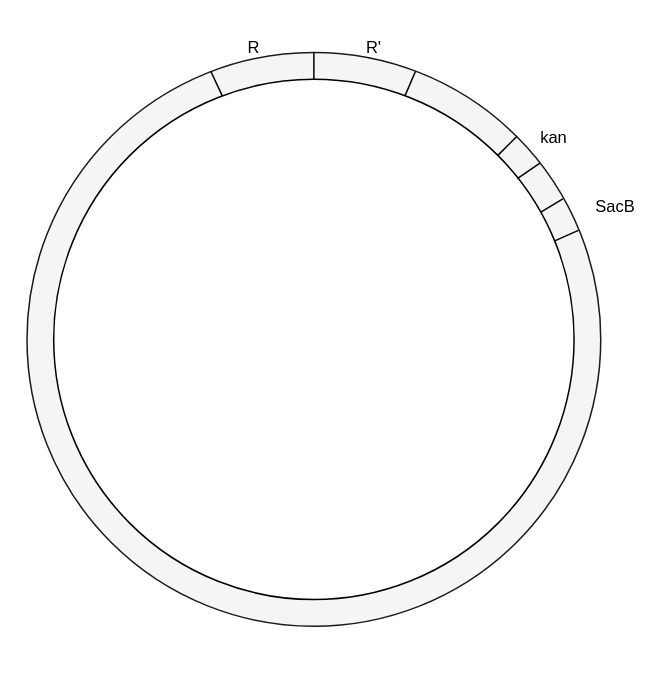
This is folder/未命名绘图.drawio from w1718/draw, a draw.io file, before an edit. Source tidied: cells renumbered, new cells numbered last; positions are measured from the earlier drawing's top-left corner, leaving out a move shared by most shapes. Both pictures are drawn from the tidied source at 150%, with x=0, y=0 at pixel (27, 26).
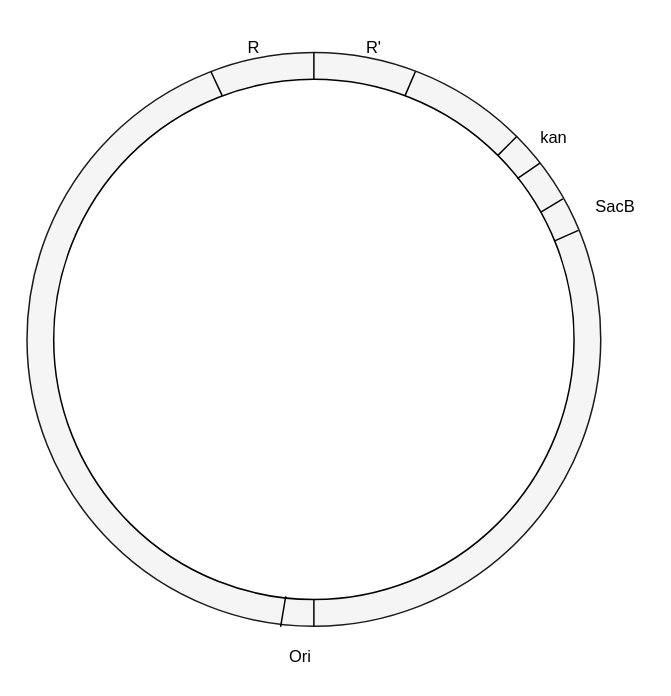
Above is the later version.

Commit message:
更新未命名绘图.drawio

Change to the diagram source:
```diff
@@
 <mxGraphModel>
   <root>
     <mxCell id="0" />
     <mxCell id="1" parent="0" />
     <mxCell id="2" style="ellipse;whiteSpace=wrap;html=1;fillColor=#f5f5f5;strokeColor=#1A1A1A;fontColor=#333333;fillStyle=auto;direction=south;" parent="1" vertex="1">
       <mxGeometry x="-0.5" y="17.5" width="382.5" height="382.5" as="geometry" />
     </mxCell>
     <mxCell id="3" style="ellipse;whiteSpace=wrap;html=1;direction=south;" parent="1" vertex="1">
       <mxGeometry x="17.3" y="35.3" width="346.9" height="346.9" as="geometry" />
     </mxCell>
     <mxCell id="4" style="endArrow=none;html=1;rounded=0;fontColor=#FFCCFF;entryX=0;entryY=0.5;entryDx=0;entryDy=0;" parent="1" edge="1" source="2" target="3">
       <mxGeometry relative="1" as="geometry" />
     </mxCell>
     <mxCell id="5" style="endArrow=none;html=1;rounded=0;fontColor=#FFCCFF;entryX=0.032;entryY=0.325;entryDx=0;entryDy=0;entryPerimeter=0;exitX=0.033;exitY=0.323;exitDx=0;exitDy=0;exitPerimeter=0;" parent="1" edge="1" source="2" target="3">
       <mxGeometry relative="1" as="geometry" />
     </mxCell>
     <mxCell id="6" style="endArrow=none;html=1;rounded=0;fontColor=#FFCCFF;exitX=0.032;exitY=0.676;exitDx=0;exitDy=0;exitPerimeter=0;" parent="1" edge="1" source="3">
       <mxGeometry relative="1" as="geometry">
         <mxPoint x="122" y="30" as="targetPoint" />
       </mxGeometry>
     </mxCell>
     <mxCell id="7" value="&lt;font style=&quot;font-size: 11px;&quot; color=&quot;#000000&quot;&gt;R&lt;/font&gt;" style="text;html=1;strokeColor=none;fillColor=none;align=center;verticalAlign=middle;whiteSpace=wrap;rounded=0;fillStyle=auto;fontColor=#FFCCFF;" parent="1" vertex="1">
       <mxGeometry x="122" width="58" height="28" as="geometry" />
     </mxCell>
     <mxCell id="8" value="&lt;font style=&quot;font-size: 11px;&quot; color=&quot;#000000&quot;&gt;R'&lt;/font&gt;" style="text;html=1;strokeColor=none;fillColor=none;align=center;verticalAlign=middle;whiteSpace=wrap;rounded=0;fillStyle=auto;fontColor=#FFCCFF;" parent="1" vertex="1">
       <mxGeometry x="202" width="58" height="28" as="geometry" />
     </mxCell>
     <mxCell id="9" style="endArrow=none;html=1;rounded=0;fontColor=#FFCCFF;exitX=0.255;exitY=0.066;exitDx=0;exitDy=0;exitPerimeter=0;" parent="1" edge="1" source="2" target="3">
       <mxGeometry relative="1" as="geometry" />
     </mxCell>
     <mxCell id="10" style="endArrow=none;html=1;rounded=0;fontColor=#FFCCFF;exitX=0.31;exitY=0.039;exitDx=0;exitDy=0;exitPerimeter=0;" parent="1" edge="1" source="2" target="3">
       <mxGeometry relative="1" as="geometry" />
     </mxCell>
     <mxCell id="11" style="endArrow=none;html=1;rounded=0;fontColor=#FFCCFF;exitX=0;exitY=0;exitDx=0;exitDy=0;entryX=0;entryY=0;entryDx=0;entryDy=0;" parent="1" edge="1" source="2" target="3">
       <mxGeometry relative="1" as="geometry" />
     </mxCell>
     <mxCell id="12" style="endArrow=none;html=1;rounded=0;fontColor=#FFCCFF;exitX=0.193;exitY=0.106;exitDx=0;exitDy=0;entryX=0.191;entryY=0.109;entryDx=0;entryDy=0;exitPerimeter=0;entryPerimeter=0;" parent="1" edge="1" source="2" target="3">
       <mxGeometry relative="1" as="geometry" />
     </mxCell>
     <mxCell id="13" value="&lt;font style=&quot;font-size: 11px;&quot; color=&quot;#000000&quot;&gt;kan&lt;/font&gt;" style="text;html=1;strokeColor=none;fillColor=none;align=center;verticalAlign=middle;whiteSpace=wrap;rounded=0;fillStyle=auto;fontColor=#FFCCFF;" parent="1" vertex="1">
       <mxGeometry x="322" y="60" width="58" height="28" as="geometry" />
     </mxCell>
     <mxCell id="14" value="&lt;font style=&quot;font-size: 11px;&quot; color=&quot;#000000&quot;&gt;SacB&lt;/font&gt;" style="text;html=1;strokeColor=none;fillColor=none;align=center;verticalAlign=middle;whiteSpace=wrap;rounded=0;fillStyle=auto;fontColor=#FFCCFF;" parent="1" vertex="1">
       <mxGeometry x="372" y="110" width="40" height="20" as="geometry" />
     </mxCell>
+    <mxCell id="15" style="endArrow=none;html=1;rounded=0;exitX=1.001;exitY=0.558;exitDx=0;exitDy=0;exitPerimeter=0;" parent="1" edge="1" source="2">
+      <mxGeometry relative="1" as="geometry">
+        <mxPoint x="172" y="380" as="targetPoint" />
+      </mxGeometry>
+    </mxCell>
+    <mxCell id="16" style="endArrow=none;html=1;rounded=0;entryX=1;entryY=0.5;entryDx=0;entryDy=0;exitX=1;exitY=0.5;exitDx=0;exitDy=0;" parent="1" edge="1" source="2" target="3">
+      <mxGeometry relative="1" as="geometry" />
+    </mxCell>
+    <mxCell id="17" value="&lt;font style=&quot;font-size: 11px;&quot; color=&quot;#000000&quot;&gt;Ori&lt;/font&gt;" style="text;html=1;strokeColor=none;fillColor=none;align=center;verticalAlign=middle;whiteSpace=wrap;rounded=0;fillStyle=auto;fontColor=#FFCCFF;" parent="1" vertex="1">
+      <mxGeometry x="162" y="410" width="40" height="20" as="geometry" />
+    </mxCell>
   </root>
 </mxGraphModel>
```
